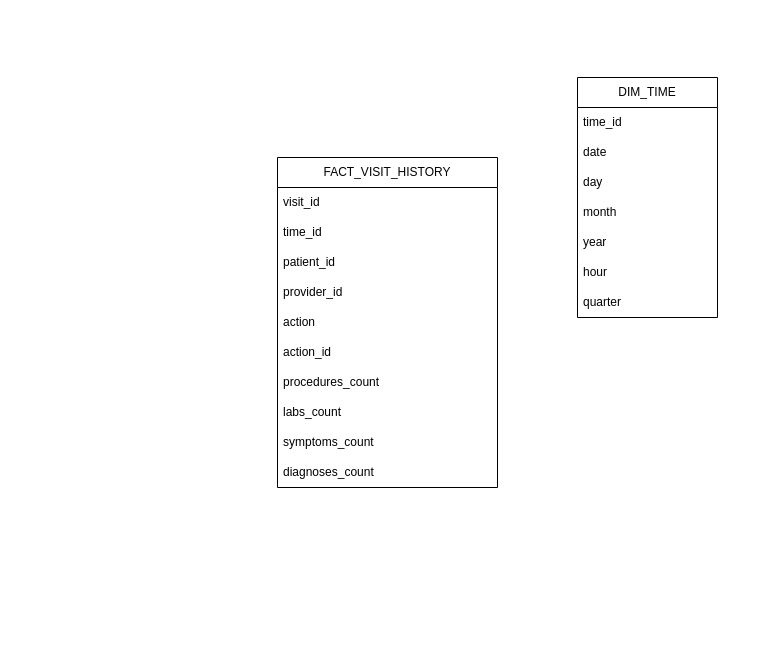
This is EMR_Star_Schema/emr_star_schema_logic_diagram.drawio from sandbox-lisa/drawio, a draw.io file, before an edit. Source tidied: cells renumbered, new cells numbered last; positions are measured from the earlier drawing's top-left corner, leaving out a move shared by most shapes. Both pictures are drawn from the tidied source at 100%, with x=0, y=0 at pixel (277, 77).
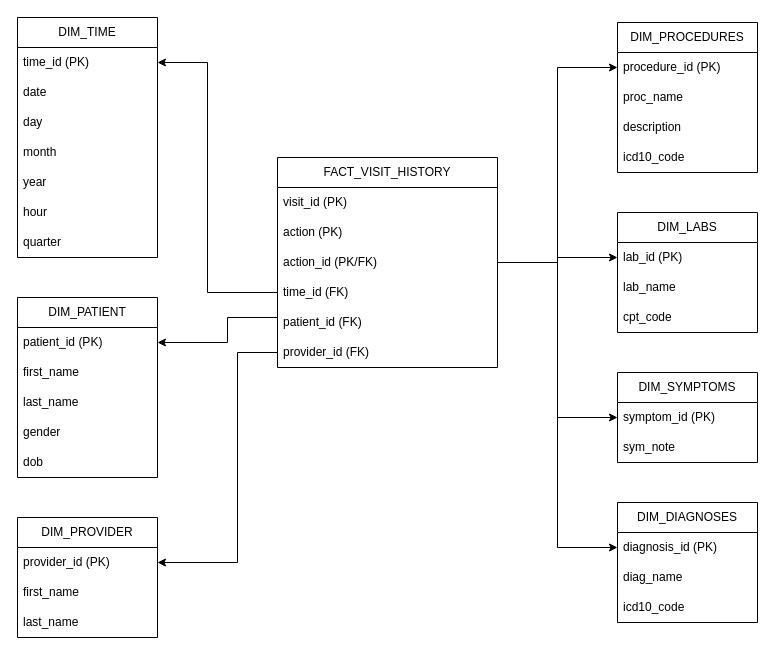
The same page after the edit.

Change to the diagram source:
```diff
@@
     <mxCell id="2" value="FACT_VISIT_HISTORY" style="swimlane;fontStyle=0;horizontal=1;startSize=30;whiteSpace=wrap;html=1;" parent="1" vertex="1">
-      <mxGeometry y="80" width="220" height="330" as="geometry" />
+      <mxGeometry y="80" width="220" height="210" as="geometry" />
     </mxCell>
-    <mxCell id="3" value="visit_id" style="text;strokeColor=none;fillColor=none;align=left;verticalAlign=middle;spacingLeft=4;spacingRight=4;overflow=hidden;whiteSpace=wrap;html=1;" parent="2" vertex="1">
+    <mxCell id="3" value="visit_id (PK)" style="text;strokeColor=none;fillColor=none;align=left;verticalAlign=middle;spacingLeft=4;spacingRight=4;overflow=hidden;whiteSpace=wrap;html=1;" parent="2" vertex="1">
       <mxGeometry y="30" width="220" height="30" as="geometry" />
     </mxCell>
+    <mxCell id="7" value="action (PK)" style="text;strokeColor=none;fillColor=none;align=left;verticalAlign=middle;spacingLeft=4;spacingRight=4;overflow=hidden;whiteSpace=wrap;html=1;" parent="2" vertex="1">
+      <mxGeometry y="60" width="220" height="30" as="geometry" />
+    </mxCell>
+    <mxCell id="8" value="action_id (PK/FK)" style="text;strokeColor=none;fillColor=none;align=left;verticalAlign=middle;spacingLeft=4;spacingRight=4;overflow=hidden;points=[[0,0.5],[1,0.5]];portConstraint=eastwest;whiteSpace=wrap;html=1;" parent="2" vertex="1">
+      <mxGeometry y="90" width="220" height="30" as="geometry" />
+    </mxCell>
-    <mxCell id="4" value="time_id" style="text;strokeColor=none;fillColor=none;align=left;verticalAlign=middle;spacingLeft=4;spacingRight=4;overflow=hidden;points=[[0,0.5],[1,0.5]];portConstraint=eastwest;whiteSpace=wrap;html=1;" parent="2" vertex="1">
-      <mxGeometry y="60" width="220" height="30" as="geometry" />
+    <mxCell id="4" value="time_id (FK)" style="text;strokeColor=none;fillColor=none;align=left;verticalAlign=middle;spacingLeft=4;spacingRight=4;overflow=hidden;points=[[0,0.5],[1,0.5]];portConstraint=eastwest;whiteSpace=wrap;html=1;" parent="2" vertex="1">
+      <mxGeometry y="120" width="220" height="30" as="geometry" />
     </mxCell>
-    <mxCell id="5" value="patient_id" style="text;strokeColor=none;fillColor=none;align=left;verticalAlign=middle;spacingLeft=4;spacingRight=4;overflow=hidden;points=[[0,0.5],[1,0.5]];portConstraint=eastwest;whiteSpace=wrap;html=1;" parent="2" vertex="1">
-      <mxGeometry y="90" width="220" height="30" as="geometry" />
+    <mxCell id="5" value="patient_id (FK)" style="text;strokeColor=none;fillColor=none;align=left;verticalAlign=middle;spacingLeft=4;spacingRight=4;overflow=hidden;points=[[0,0.5],[1,0.5]];portConstraint=eastwest;whiteSpace=wrap;html=1;" parent="2" vertex="1">
+      <mxGeometry y="150" width="220" height="30" as="geometry" />
     </mxCell>
-    <mxCell id="6" value="provider_id" style="text;strokeColor=none;fillColor=none;align=left;verticalAlign=middle;spacingLeft=4;spacingRight=4;overflow=hidden;points=[[0,0.5],[1,0.5]];portConstraint=eastwest;whiteSpace=wrap;html=1;" parent="2" vertex="1">
-      <mxGeometry y="120" width="220" height="30" as="geometry" />
+    <mxCell id="6" value="provider_id&amp;nbsp;(FK)" style="text;strokeColor=none;fillColor=none;align=left;verticalAlign=middle;spacingLeft=4;spacingRight=4;overflow=hidden;points=[[0,0.5],[1,0.5]];portConstraint=eastwest;whiteSpace=wrap;html=1;" parent="2" vertex="1">
+      <mxGeometry y="180" width="220" height="30" as="geometry" />
     </mxCell>
-    <mxCell id="7" value="action" style="text;strokeColor=none;fillColor=none;align=left;verticalAlign=middle;spacingLeft=4;spacingRight=4;overflow=hidden;whiteSpace=wrap;html=1;" parent="2" vertex="1">
-      <mxGeometry y="150" width="220" height="30" as="geometry" />
-    </mxCell>
-    <mxCell id="8" value="action_id" style="text;strokeColor=none;fillColor=none;align=left;verticalAlign=middle;spacingLeft=4;spacingRight=4;overflow=hidden;points=[[0,0.5],[1,0.5]];portConstraint=eastwest;whiteSpace=wrap;html=1;" parent="2" vertex="1">
-      <mxGeometry y="180" width="220" height="30" as="geometry" />
-    </mxCell>
-    <mxCell id="9" value="procedures_count" style="text;strokeColor=none;fillColor=none;align=left;verticalAlign=middle;spacingLeft=4;spacingRight=4;overflow=hidden;whiteSpace=wrap;html=1;" parent="2" vertex="1">
-      <mxGeometry y="210" width="220" height="30" as="geometry" />
-    </mxCell>
-    <mxCell id="10" value="labs_count" style="text;strokeColor=none;fillColor=none;align=left;verticalAlign=middle;spacingLeft=4;spacingRight=4;overflow=hidden;whiteSpace=wrap;html=1;" parent="2" vertex="1">
-      <mxGeometry y="240" width="220" height="30" as="geometry" />
-    </mxCell>
-    <mxCell id="11" value="symptoms_count" style="text;strokeColor=none;fillColor=none;align=left;verticalAlign=middle;spacingLeft=4;spacingRight=4;overflow=hidden;whiteSpace=wrap;html=1;" parent="2" vertex="1">
-      <mxGeometry y="270" width="220" height="30" as="geometry" />
-    </mxCell>
-    <mxCell id="12" value="diagnoses_count" style="text;strokeColor=none;fillColor=none;align=left;verticalAlign=middle;spacingLeft=4;spacingRight=4;overflow=hidden;whiteSpace=wrap;html=1;" parent="2" vertex="1">
-      <mxGeometry y="300" width="220" height="30" as="geometry" />
-    </mxCell>
     <mxCell id="13" value="DIM_TIME" style="swimlane;fontStyle=0;horizontal=1;startSize=30;whiteSpace=wrap;html=1;" parent="1" vertex="1">
-      <mxGeometry x="300" width="140" height="240" as="geometry" />
+      <mxGeometry x="-260" y="-60" width="140" height="240" as="geometry" />
     </mxCell>
-    <mxCell id="14" value="time_id" style="text;strokeColor=none;fillColor=none;align=left;verticalAlign=middle;spacingLeft=4;spacingRight=4;overflow=hidden;points=[[0,0.5],[1,0.5]];portConstraint=eastwest;whiteSpace=wrap;html=1;" parent="13" vertex="1">
+    <mxCell id="14" value="time_id (PK)" style="text;strokeColor=none;fillColor=none;align=left;verticalAlign=middle;spacingLeft=4;spacingRight=4;overflow=hidden;points=[[0,0.5],[1,0.5]];portConstraint=eastwest;whiteSpace=wrap;html=1;" parent="13" vertex="1">
       <mxGeometry y="30" width="140" height="30" as="geometry" />
     </mxCell>
@@
+    <mxCell id="21" value="DIM_PATIENT" style="swimlane;fontStyle=0;horizontal=1;startSize=30;whiteSpace=wrap;html=1;" parent="1" vertex="1">
+      <mxGeometry x="-260" y="220" width="140" height="180" as="geometry" />
+    </mxCell>
+    <mxCell id="22" value="patient_id (PK)" style="text;strokeColor=none;fillColor=none;align=left;verticalAlign=middle;spacingLeft=4;spacingRight=4;overflow=hidden;points=[[0,0.5],[1,0.5]];portConstraint=eastwest;whiteSpace=wrap;html=1;" parent="21" vertex="1">
+      <mxGeometry y="30" width="140" height="30" as="geometry" />
+    </mxCell>
+    <mxCell id="23" value="first_name" style="text;strokeColor=none;fillColor=none;align=left;verticalAlign=middle;spacingLeft=4;spacingRight=4;overflow=hidden;whiteSpace=wrap;html=1;" parent="21" vertex="1">
+      <mxGeometry y="60" width="140" height="30" as="geometry" />
+    </mxCell>
+    <mxCell id="24" value="last_name" style="text;strokeColor=none;fillColor=none;align=left;verticalAlign=middle;spacingLeft=4;spacingRight=4;overflow=hidden;whiteSpace=wrap;html=1;" parent="21" vertex="1">
+      <mxGeometry y="90" width="140" height="30" as="geometry" />
+    </mxCell>
+    <mxCell id="25" value="gender" style="text;strokeColor=none;fillColor=none;align=left;verticalAlign=middle;spacingLeft=4;spacingRight=4;overflow=hidden;whiteSpace=wrap;html=1;" parent="21" vertex="1">
+      <mxGeometry y="120" width="140" height="30" as="geometry" />
+    </mxCell>
+    <mxCell id="26" value="dob" style="text;strokeColor=none;fillColor=none;align=left;verticalAlign=middle;spacingLeft=4;spacingRight=4;overflow=hidden;whiteSpace=wrap;html=1;" parent="21" vertex="1">
+      <mxGeometry y="150" width="140" height="30" as="geometry" />
+    </mxCell>
+    <mxCell id="27" value="DIM_PROVIDER" style="swimlane;fontStyle=0;horizontal=1;startSize=30;whiteSpace=wrap;html=1;" parent="1" vertex="1">
+      <mxGeometry x="-260" y="440" width="140" height="120" as="geometry" />
+    </mxCell>
+    <mxCell id="28" value="provider_id (PK)" style="text;strokeColor=none;fillColor=none;align=left;verticalAlign=middle;spacingLeft=4;spacingRight=4;overflow=hidden;points=[[0,0.5],[1,0.5]];portConstraint=eastwest;whiteSpace=wrap;html=1;" parent="27" vertex="1">
+      <mxGeometry y="30" width="140" height="30" as="geometry" />
+    </mxCell>
+    <mxCell id="29" value="first_name" style="text;strokeColor=none;fillColor=none;align=left;verticalAlign=middle;spacingLeft=4;spacingRight=4;overflow=hidden;whiteSpace=wrap;html=1;" parent="27" vertex="1">
+      <mxGeometry y="60" width="140" height="30" as="geometry" />
+    </mxCell>
+    <mxCell id="30" value="last_name" style="text;strokeColor=none;fillColor=none;align=left;verticalAlign=middle;spacingLeft=4;spacingRight=4;overflow=hidden;whiteSpace=wrap;html=1;" parent="27" vertex="1">
+      <mxGeometry y="90" width="140" height="30" as="geometry" />
+    </mxCell>
+    <mxCell id="31" value="DIM_PROCEDURES" style="swimlane;fontStyle=0;horizontal=1;startSize=30;whiteSpace=wrap;html=1;" parent="1" vertex="1">
+      <mxGeometry x="340" y="-55" width="140" height="150" as="geometry" />
+    </mxCell>
+    <mxCell id="32" value="procedure_id (PK)" style="text;strokeColor=none;fillColor=none;align=left;verticalAlign=middle;spacingLeft=4;spacingRight=4;overflow=hidden;points=[[0,0.5],[1,0.5]];portConstraint=eastwest;whiteSpace=wrap;html=1;" parent="31" vertex="1">
+      <mxGeometry y="30" width="140" height="30" as="geometry" />
+    </mxCell>
+    <mxCell id="33" value="proc_name" style="text;strokeColor=none;fillColor=none;align=left;verticalAlign=middle;spacingLeft=4;spacingRight=4;overflow=hidden;whiteSpace=wrap;html=1;" parent="31" vertex="1">
+      <mxGeometry y="60" width="140" height="30" as="geometry" />
+    </mxCell>
+    <mxCell id="34" value="description" style="text;strokeColor=none;fillColor=none;align=left;verticalAlign=middle;spacingLeft=4;spacingRight=4;overflow=hidden;whiteSpace=wrap;html=1;" parent="31" vertex="1">
+      <mxGeometry y="90" width="140" height="30" as="geometry" />
+    </mxCell>
+    <mxCell id="35" value="icd10_code" style="text;strokeColor=none;fillColor=none;align=left;verticalAlign=middle;spacingLeft=4;spacingRight=4;overflow=hidden;whiteSpace=wrap;html=1;" parent="31" vertex="1">
+      <mxGeometry y="120" width="140" height="30" as="geometry" />
+    </mxCell>
+    <mxCell id="36" value="DIM_DIAGNOSES" style="swimlane;fontStyle=0;horizontal=1;startSize=30;whiteSpace=wrap;html=1;" parent="1" vertex="1">
+      <mxGeometry x="340" y="425" width="140" height="120" as="geometry" />
+    </mxCell>
+    <mxCell id="37" value="diagnosis_id (PK)" style="text;strokeColor=none;fillColor=none;align=left;verticalAlign=middle;spacingLeft=4;spacingRight=4;overflow=hidden;points=[[0,0.5],[1,0.5]];portConstraint=eastwest;whiteSpace=wrap;html=1;" parent="36" vertex="1">
+      <mxGeometry y="30" width="140" height="30" as="geometry" />
+    </mxCell>
+    <mxCell id="38" value="diag_name" style="text;strokeColor=none;fillColor=none;align=left;verticalAlign=middle;spacingLeft=4;spacingRight=4;overflow=hidden;whiteSpace=wrap;html=1;" parent="36" vertex="1">
+      <mxGeometry y="60" width="140" height="30" as="geometry" />
+    </mxCell>
+    <mxCell id="39" value="icd10_code" style="text;strokeColor=none;fillColor=none;align=left;verticalAlign=middle;spacingLeft=4;spacingRight=4;overflow=hidden;whiteSpace=wrap;html=1;" parent="36" vertex="1">
+      <mxGeometry y="90" width="140" height="30" as="geometry" />
+    </mxCell>
+    <mxCell id="40" value="DIM_SYMPTOMS" style="swimlane;fontStyle=0;horizontal=1;startSize=30;whiteSpace=wrap;html=1;" parent="1" vertex="1">
+      <mxGeometry x="340" y="295" width="140" height="90" as="geometry" />
+    </mxCell>
+    <mxCell id="41" value="symptom_id (PK)" style="text;strokeColor=none;fillColor=none;align=left;verticalAlign=middle;spacingLeft=4;spacingRight=4;overflow=hidden;points=[[0,0.5],[1,0.5]];portConstraint=eastwest;whiteSpace=wrap;html=1;" parent="40" vertex="1">
+      <mxGeometry y="30" width="140" height="30" as="geometry" />
+    </mxCell>
+    <mxCell id="42" value="sym_note" style="text;strokeColor=none;fillColor=none;align=left;verticalAlign=middle;spacingLeft=4;spacingRight=4;overflow=hidden;whiteSpace=wrap;html=1;" parent="40" vertex="1">
+      <mxGeometry y="60" width="140" height="30" as="geometry" />
+    </mxCell>
+    <mxCell id="43" value="DIM_LABS" style="swimlane;fontStyle=0;horizontal=1;startSize=30;whiteSpace=wrap;html=1;" parent="1" vertex="1">
+      <mxGeometry x="340" y="135" width="140" height="120" as="geometry" />
+    </mxCell>
+    <mxCell id="44" value="lab_id (PK)" style="text;strokeColor=none;fillColor=none;align=left;verticalAlign=middle;spacingLeft=4;spacingRight=4;overflow=hidden;points=[[0,0.5],[1,0.5]];portConstraint=eastwest;whiteSpace=wrap;html=1;" parent="43" vertex="1">
+      <mxGeometry y="30" width="140" height="30" as="geometry" />
+    </mxCell>
+    <mxCell id="45" value="lab_name" style="text;strokeColor=none;fillColor=none;align=left;verticalAlign=middle;spacingLeft=4;spacingRight=4;overflow=hidden;whiteSpace=wrap;html=1;" parent="43" vertex="1">
+      <mxGeometry y="60" width="140" height="30" as="geometry" />
+    </mxCell>
+    <mxCell id="46" value="cpt_code" style="text;strokeColor=none;fillColor=none;align=left;verticalAlign=middle;spacingLeft=4;spacingRight=4;overflow=hidden;whiteSpace=wrap;html=1;" parent="43" vertex="1">
+      <mxGeometry y="90" width="140" height="30" as="geometry" />
+    </mxCell>
+    <mxCell id="47" style="edgeStyle=orthogonalEdgeStyle;rounded=0;jettySize=auto;html=1;exitX=1;exitY=0.5;exitDx=0;exitDy=0;entryX=0;entryY=0.5;entryDx=0;entryDy=0;" parent="1" edge="1" source="8" target="32">
+      <mxGeometry relative="1" as="geometry" />
+    </mxCell>
+    <mxCell id="48" style="edgeStyle=orthogonalEdgeStyle;rounded=0;jettySize=auto;html=1;exitX=1;exitY=0.5;exitDx=0;exitDy=0;entryX=0;entryY=0.5;entryDx=0;entryDy=0;" parent="1" edge="1" source="8" target="44">
+      <mxGeometry relative="1" as="geometry" />
+    </mxCell>
+    <mxCell id="49" style="edgeStyle=orthogonalEdgeStyle;rounded=0;jettySize=auto;html=1;exitX=1;exitY=0.5;exitDx=0;exitDy=0;entryX=0;entryY=0.5;entryDx=0;entryDy=0;" parent="1" edge="1" source="8" target="41">
+      <mxGeometry relative="1" as="geometry" />
+    </mxCell>
+    <mxCell id="50" style="edgeStyle=orthogonalEdgeStyle;rounded=0;jettySize=auto;html=1;exitX=1;exitY=0.5;exitDx=0;exitDy=0;entryX=0;entryY=0.5;entryDx=0;entryDy=0;" parent="1" edge="1" source="8" target="37">
+      <mxGeometry relative="1" as="geometry" />
+    </mxCell>
+    <mxCell id="51" style="edgeStyle=orthogonalEdgeStyle;rounded=0;jettySize=auto;html=1;exitX=0;exitY=0.5;exitDx=0;exitDy=0;entryX=1;entryY=0.5;entryDx=0;entryDy=0;" parent="1" edge="1" source="4" target="14">
+      <mxGeometry relative="1" as="geometry">
+        <Array as="points">
+          <mxPoint x="-70" y="215" />
+          <mxPoint x="-70" y="-15" />
+        </Array>
+      </mxGeometry>
+    </mxCell>
+    <mxCell id="52" style="edgeStyle=orthogonalEdgeStyle;rounded=0;jettySize=auto;html=1;exitX=0;exitY=0.5;exitDx=0;exitDy=0;entryX=1;entryY=0.5;entryDx=0;entryDy=0;" parent="1" edge="1" source="5" target="22">
+      <mxGeometry relative="1" as="geometry">
+        <Array as="points">
+          <mxPoint y="240" />
+          <mxPoint x="-50" y="240" />
+          <mxPoint x="-50" y="265" />
+        </Array>
+      </mxGeometry>
+    </mxCell>
+    <mxCell id="53" style="edgeStyle=orthogonalEdgeStyle;rounded=0;jettySize=auto;html=1;exitX=0;exitY=0.5;exitDx=0;exitDy=0;entryX=1;entryY=0.5;entryDx=0;entryDy=0;" parent="1" edge="1" source="6" target="28">
+      <mxGeometry relative="1" as="geometry">
+        <Array as="points">
+          <mxPoint x="-40" y="275" />
+          <mxPoint x="-40" y="485" />
+        </Array>
+      </mxGeometry>
+    </mxCell>
```
